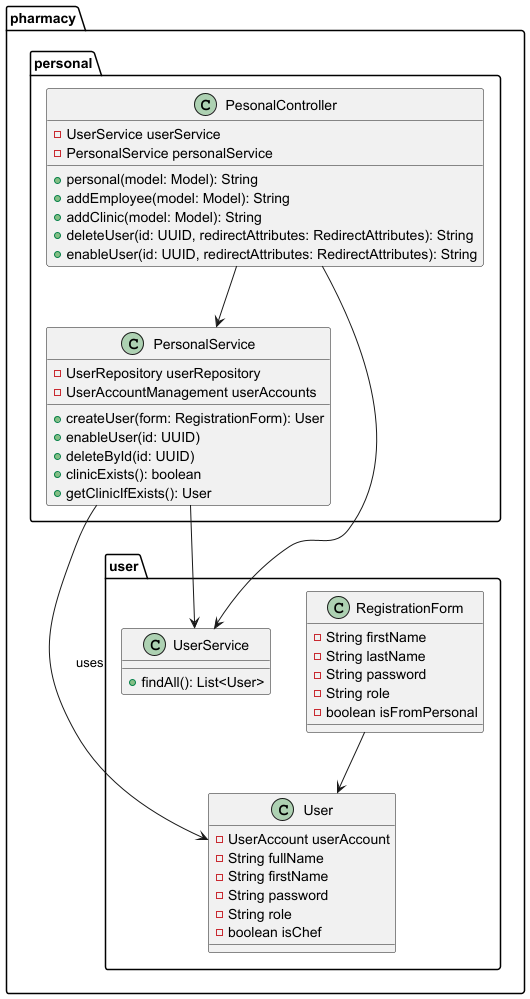
Before: src/main/asciidoc/models/design/personal.png, a diagram exported from PlantUML (Jack4948/Apotheke-G5-Public).
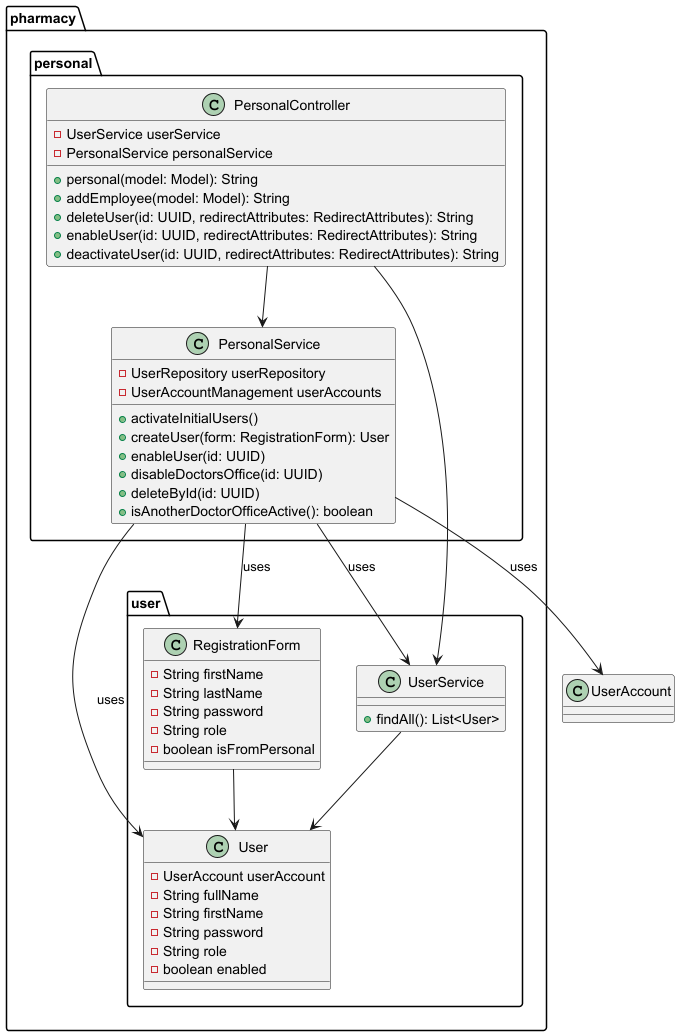
Above is the later version.

Change to the diagram source:
```diff
@@ -1,28 +1,31 @@
 @startuml
 
 package pharmacy.personal {
+
   class PersonalService {
-    - UserRepository userRepository
-    - UserAccountManagement userAccounts
-    + createUser(form: RegistrationForm): User
-    + enableUser(id: UUID)
-    + deleteById(id: UUID)
-    + clinicExists(): boolean
-    + getClinicIfExists(): User
+      - UserRepository userRepository
+      - UserAccountManagement userAccounts
+      + activateInitialUsers()
+      + createUser(form: RegistrationForm): User
+      + enableUser(id: UUID)
+      + disableDoctorsOffice(id: UUID)
+      + deleteById(id: UUID)
+      + isAnotherDoctorOfficeActive(): boolean
   }
 
-  class PesonalController {
+  class PersonalController {
     - UserService userService
     - PersonalService personalService
     + personal(model: Model): String
     + addEmployee(model: Model): String
-    + addClinic(model: Model): String
     + deleteUser(id: UUID, redirectAttributes: RedirectAttributes): String
     + enableUser(id: UUID, redirectAttributes: RedirectAttributes): String
+    + deactivateUser(id: UUID, redirectAttributes: RedirectAttributes): String
   }
 }
 
 package pharmacy.user {
+
   class RegistrationForm {
     - String firstName
     - String lastName
@@ -37,7 +40,7 @@
     - String firstName
     - String password
     - String role
-    - boolean isChef
+    - boolean enabled
   }
 
   class UserService {
@@ -46,9 +49,14 @@
 }
 
 PersonalService --> User : uses
-PesonalController --> PersonalService
-PesonalController --> UserService
-PersonalService --> UserService
+PersonalService --> UserService : uses
+PersonalService --> RegistrationForm : uses
+PersonalService --> UserAccount : uses
+
+PersonalController --> PersonalService
+PersonalController --> UserService
+
 RegistrationForm --> User
+UserService --> User
 
 @enduml
```
